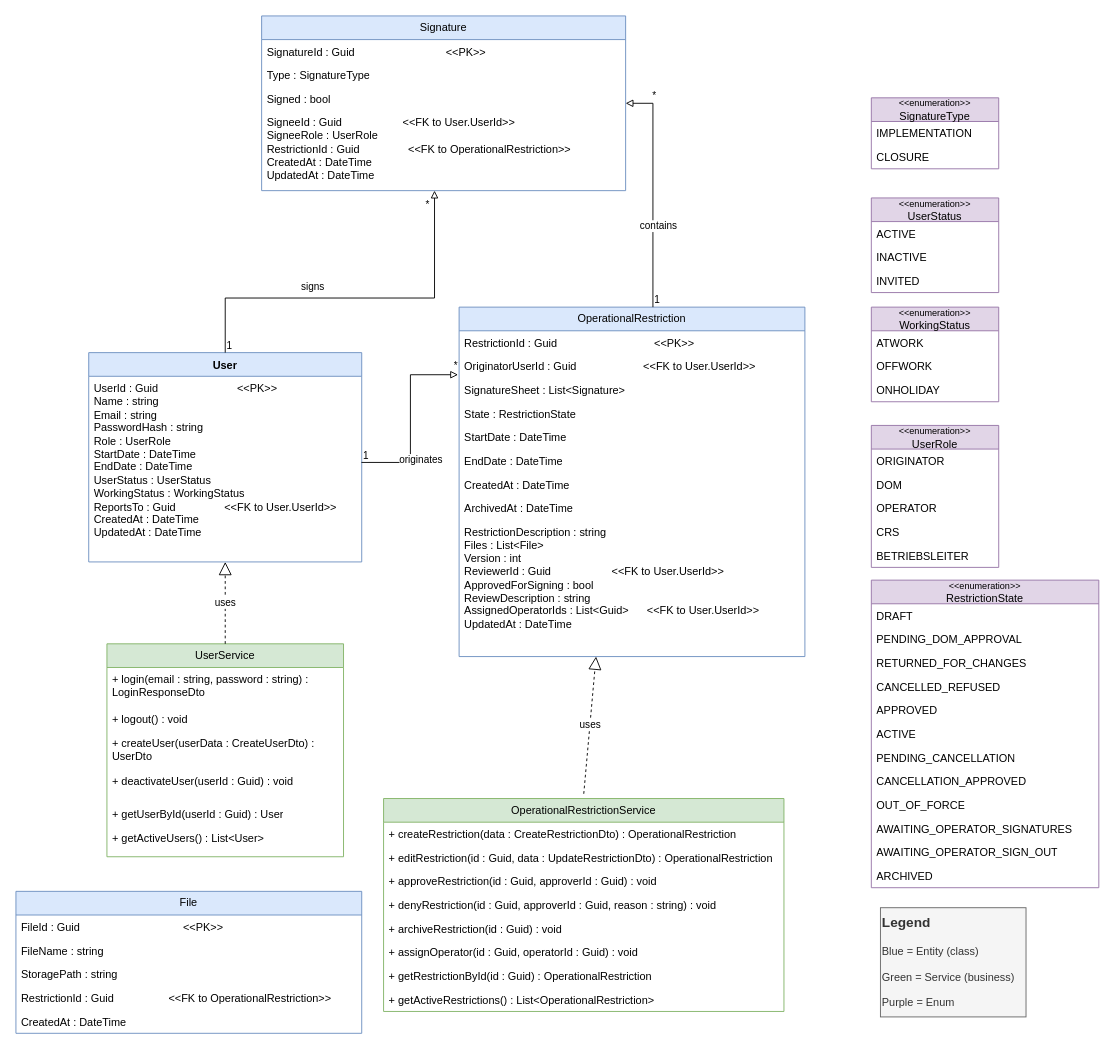
This is diagrams/UML class diagram.drawio from Artem-Shevchenko-NEXT/Personal-case-c-operational-restrictions, a draw.io file, before an edit. Source tidied: cells renumbered, new cells numbered last; positions are measured from the earlier drawing's top-left corner, leaving out a move shared by most shapes. Both pictures are drawn from the tidied source at 91%, with x=0, y=0 at pixel (15, 15).
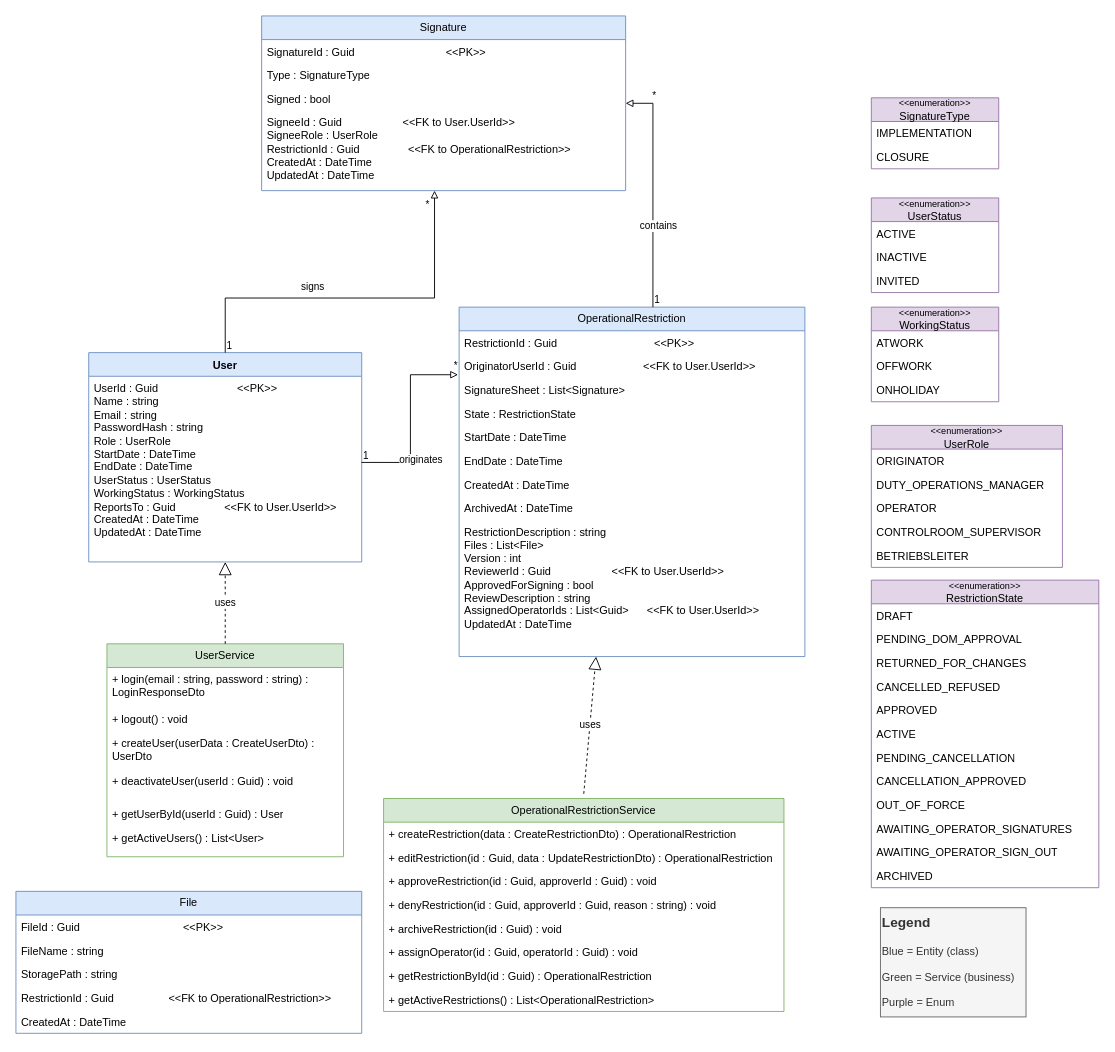
Above is the later version.

Commit message (it also covers changes not shown here):
Refine UML class diagram: align with state machine and fix inconsistencies

Change to the diagram source:
```diff
@@
     <mxCell id="32" value="&lt;font style=&quot;font-size: 10px;&quot;&gt;&amp;lt;&amp;lt;enumeration&amp;gt;&amp;gt;&lt;/font&gt;&lt;div&gt;UserRole&lt;/div&gt;" style="swimlane;fontStyle=0;horizontal=1;startSize=26;fillColor=#e1d5e7;whiteSpace=wrap;html=1;strokeColor=#9673a6;" parent="1" vertex="1">
-      <mxGeometry x="940" y="450" width="140" height="156" as="geometry" />
+      <mxGeometry x="940" y="450" width="210" height="156" as="geometry" />
     </mxCell>
     <mxCell id="33" value="ORIGINATOR" style="text;strokeColor=none;fillColor=none;align=left;verticalAlign=top;spacingLeft=4;spacingRight=4;overflow=hidden;whiteSpace=wrap;html=1;" parent="32" vertex="1">
-      <mxGeometry y="26" width="140" height="26" as="geometry" />
+      <mxGeometry y="26" width="210" height="26" as="geometry" />
     </mxCell>
-    <mxCell id="34" value="DOM" style="text;strokeColor=none;fillColor=none;align=left;verticalAlign=top;spacingLeft=4;spacingRight=4;overflow=hidden;whiteSpace=wrap;html=1;" parent="32" vertex="1">
-      <mxGeometry y="52" width="140" height="26" as="geometry" />
+    <mxCell id="34" value="DUTY_OPERATIONS_MANAGER&lt;div&gt;&lt;br&gt;&lt;/div&gt;" style="text;strokeColor=none;fillColor=none;align=left;verticalAlign=top;spacingLeft=4;spacingRight=4;overflow=hidden;whiteSpace=wrap;html=1;" parent="32" vertex="1">
+      <mxGeometry y="52" width="210" height="26" as="geometry" />
     </mxCell>
     <mxCell id="35" value="OPERATOR" style="text;strokeColor=none;fillColor=none;align=left;verticalAlign=top;spacingLeft=4;spacingRight=4;overflow=hidden;whiteSpace=wrap;html=1;" parent="32" vertex="1">
-      <mxGeometry y="78" width="140" height="26" as="geometry" />
+      <mxGeometry y="78" width="210" height="26" as="geometry" />
     </mxCell>
-    <mxCell id="36" value="CRS" style="text;strokeColor=none;fillColor=none;align=left;verticalAlign=top;spacingLeft=4;spacingRight=4;overflow=hidden;whiteSpace=wrap;html=1;" parent="32" vertex="1">
-      <mxGeometry y="104" width="140" height="26" as="geometry" />
+    <mxCell id="36" value="CONTROLROOM_SUPERVISOR" style="text;strokeColor=none;fillColor=none;align=left;verticalAlign=top;spacingLeft=4;spacingRight=4;overflow=hidden;whiteSpace=wrap;html=1;" parent="32" vertex="1">
+      <mxGeometry y="104" width="210" height="26" as="geometry" />
     </mxCell>
     <mxCell id="37" value="BETRIEBSLEITER" style="text;strokeColor=none;fillColor=none;align=left;verticalAlign=top;spacingLeft=4;spacingRight=4;overflow=hidden;whiteSpace=wrap;html=1;" parent="32" vertex="1">
-      <mxGeometry y="130" width="140" height="26" as="geometry" />
+      <mxGeometry y="130" width="210" height="26" as="geometry" />
     </mxCell>
```
